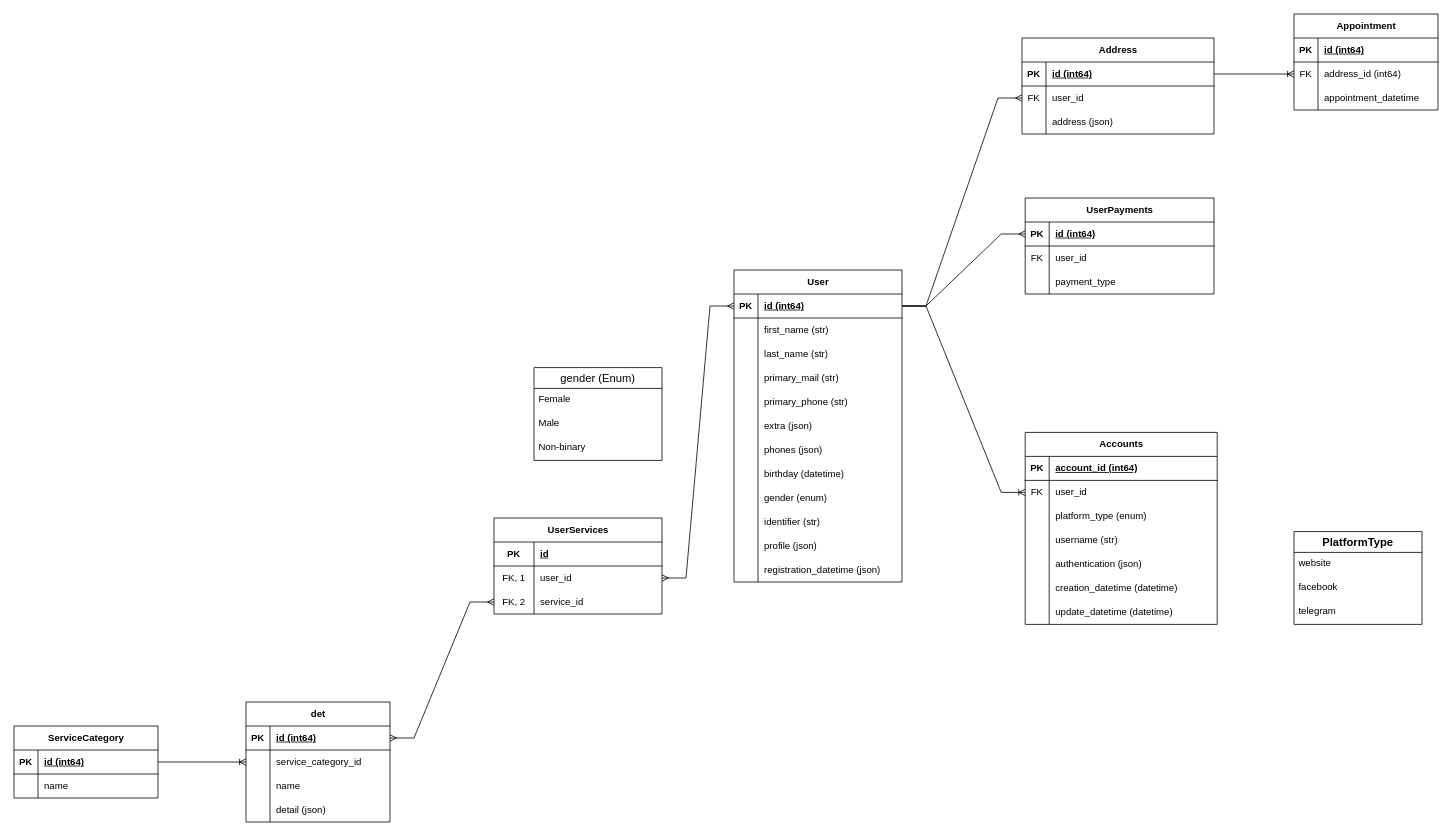
Earlier version of the draw.io diagram page "Database" (2 of 2) of booking-service.drawio (NeuroVortex/expert-booking-marketplace). Source tidied: cells renumbered, new cells numbered last; positions are measured from the earlier drawing's top-left corner, leaving out a move shared by most shapes. Both pictures are drawn from the tidied source at 80%, with x=0, y=0 at pixel (14, 14).
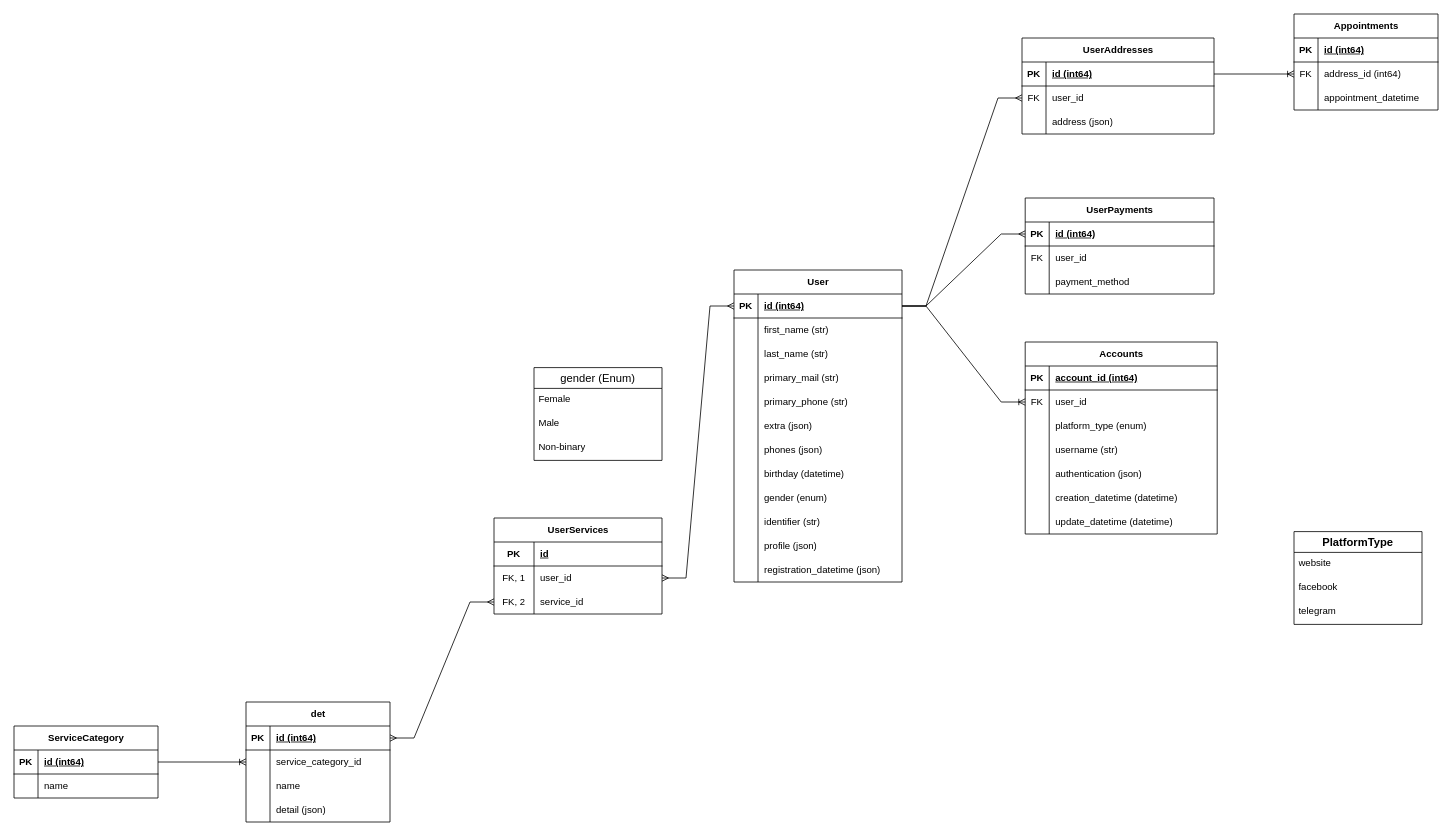
The same diagram, later.

Unchanged cells that the change refers to:
```xml
<mxCell id="70" style="shape=tableRow;horizontal=0;startSize=0;swimlaneHead=0;swimlaneBody=0;fillColor=none;top=0;left=0;right=0;bottom=0;" parent="63" vertex="1">
  <mxGeometry y="90" width="236" height="30" as="geometry" />
</mxCell>
```

Change to the diagram source:
```diff
@@
-    <mxCell id="39" value="Address" style="shape=table;startSize=30;childLayout=tableLayout;rowLines=0;fontStyle=1;align=center;html=1;" parent="1" vertex="1">
+    <mxCell id="39" value="UserAddresses" style="shape=table;startSize=30;childLayout=tableLayout;rowLines=0;fontStyle=1;align=center;html=1;" parent="1" vertex="1">
       <mxGeometry x="1260" y="30" width="240" height="120" as="geometry" />
     </mxCell>
@@
-    <mxCell id="72" value="payment_type" style="shape=partialRectangle;fillColor=none;top=0;left=0;bottom=0;right=0;align=left;spacingLeft=6;overflow=hidden;whiteSpace=wrap;html=1;" parent="70" vertex="1">
+    <mxCell id="72" value="payment_method" style="shape=partialRectangle;fillColor=none;top=0;left=0;bottom=0;right=0;align=left;spacingLeft=6;overflow=hidden;whiteSpace=wrap;html=1;" parent="70" vertex="1">
       <mxGeometry x="30" width="206" height="30" as="geometry" />
     </mxCell>
     <mxCell id="73" value="Accounts" style="shape=table;startSize=30;childLayout=tableLayout;rowLines=0;fontStyle=1;align=center;html=1;" parent="1" vertex="1">
-      <mxGeometry x="1264" y="523" width="240" height="240" as="geometry" />
+      <mxGeometry x="1264" y="410" width="240" height="240" as="geometry" />
     </mxCell>
@@
-    <mxCell id="125" value="Appointment" style="shape=table;startSize=30;childLayout=tableLayout;rowLines=0;fontStyle=1;align=center;html=1;" parent="1" vertex="1">
+    <mxCell id="125" value="Appointments" style="shape=table;startSize=30;childLayout=tableLayout;rowLines=0;fontStyle=1;align=center;html=1;" parent="1" vertex="1">
       <mxGeometry x="1600" width="180" height="120" as="geometry" />
     </mxCell>
```
